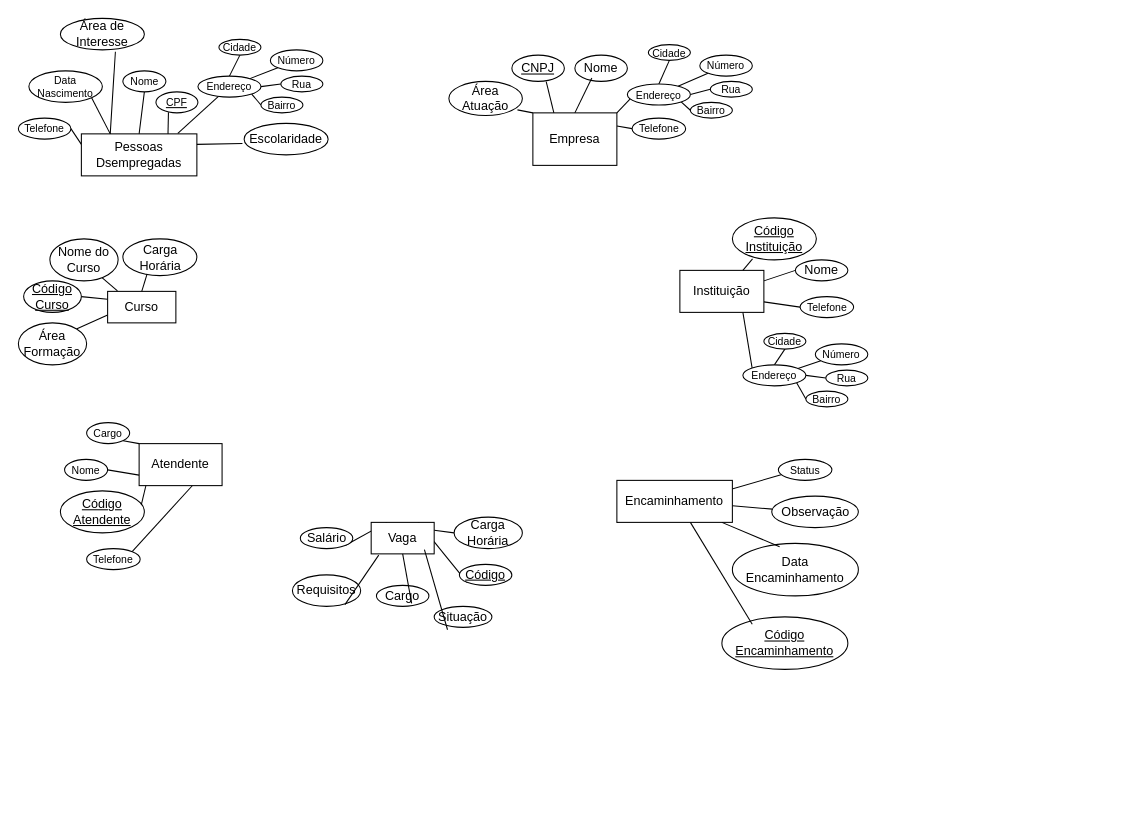
Before: Trabalho Banco de Dados (Gestão Desempregados).drawio in MMaffi/Trabalho_Pratico_Banco_Dados_UFMS, a draw.io diagram. Source tidied: cells renumbered, new cells numbered last; positions are measured from the earlier drawing's top-left corner, leaving out a move shared by most shapes. Both pictures are drawn from the tidied source at 105%, with x=0, y=0 at pixel (18, 18).
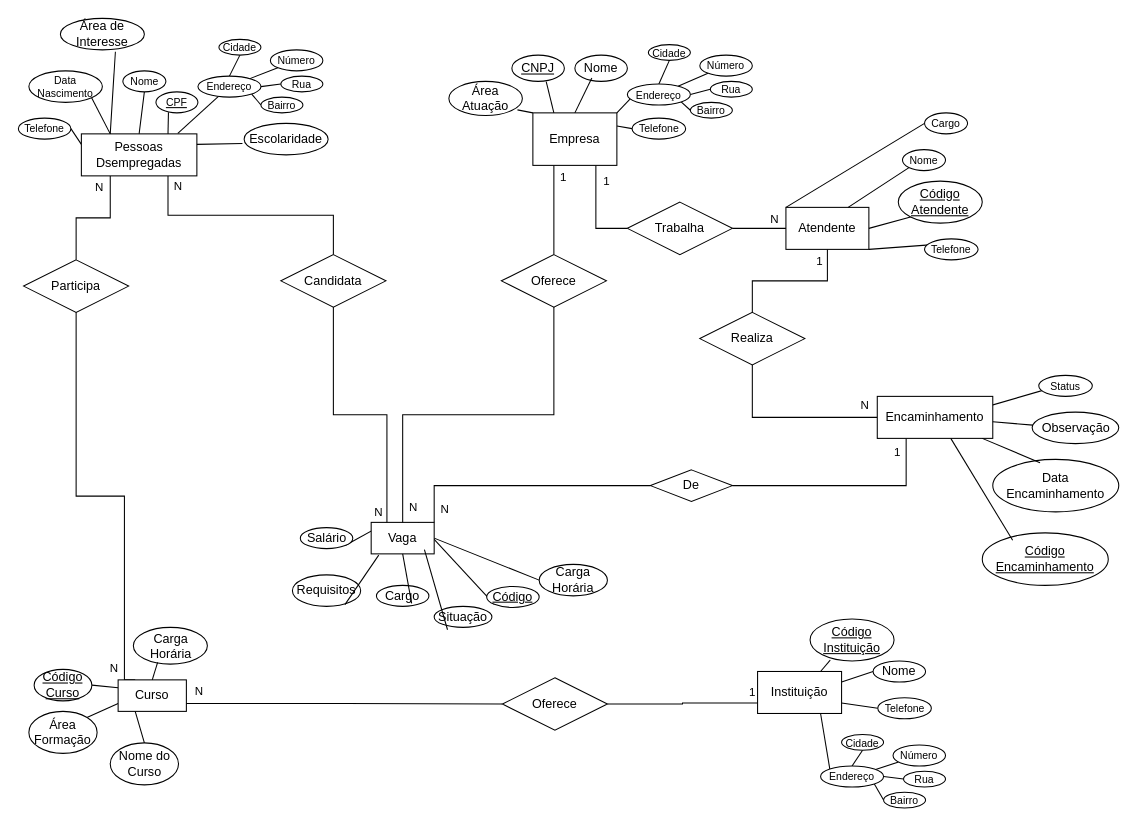
After the change.

Unchanged cells that the change refers to:
```xml
<mxCell id="6" value="Pessoas&lt;div&gt;Dsempregadas&lt;/div&gt;" style="rounded=0;whiteSpace=wrap;html=1;" parent="1" vertex="1">
  <mxGeometry x="60" y="110" width="110" height="40" as="geometry" />
</mxCell>
<mxCell id="26" value="Empresa" style="rounded=0;whiteSpace=wrap;html=1;" parent="1" vertex="1">
  <mxGeometry x="490" y="90" width="80" height="50" as="geometry" />
</mxCell>
<mxCell id="47" value="Vaga" style="rounded=0;whiteSpace=wrap;html=1;" parent="1" vertex="1">
  <mxGeometry x="336" y="480" width="60" height="30" as="geometry" />
</mxCell>
```

Diff of the diagram source:
```diff
@@
+    <mxCell id="101" style="edgeStyle=orthogonalEdgeStyle;rounded=0;jettySize=auto;html=1;exitX=0.75;exitY=1;exitDx=0;exitDy=0;entryX=0.5;entryY=0;entryDx=0;entryDy=0;endArrow=none;endFill=0;" parent="1" edge="1" source="6" target="126">
+      <mxGeometry relative="1" as="geometry" />
+    </mxCell>
+    <mxCell id="102" value="N" style="edgeLabel;html=1;align=center;verticalAlign=middle;" parent="101" vertex="1">
+      <mxGeometry x="-0.93" relative="1" as="geometry">
+        <mxPoint x="9" y="1" as="offset" />
+      </mxGeometry>
+    </mxCell>
+    <mxCell id="103" style="edgeStyle=orthogonalEdgeStyle;rounded=0;jettySize=auto;html=1;exitX=0.25;exitY=1;exitDx=0;exitDy=0;entryX=0.5;entryY=0;entryDx=0;entryDy=0;endArrow=none;endFill=0;" parent="1" edge="1" source="6" target="130">
+      <mxGeometry relative="1" as="geometry" />
+    </mxCell>
+    <mxCell id="104" value="N" style="edgeLabel;html=1;align=center;verticalAlign=middle;" parent="103" vertex="1">
+      <mxGeometry x="-0.82" relative="1" as="geometry">
+        <mxPoint x="-11" as="offset" />
+      </mxGeometry>
+    </mxCell>
@@
+    <mxCell id="105" style="edgeStyle=orthogonalEdgeStyle;rounded=0;jettySize=auto;html=1;exitX=0.25;exitY=1;exitDx=0;exitDy=0;entryX=0.5;entryY=0;entryDx=0;entryDy=0;endArrow=none;endFill=0;" parent="1" edge="1" source="26" target="125">
+      <mxGeometry relative="1" as="geometry" />
+    </mxCell>
+    <mxCell id="106" value="1" style="edgeLabel;html=1;align=center;verticalAlign=middle;" parent="105" vertex="1">
+      <mxGeometry x="-0.76" y="1" relative="1" as="geometry">
+        <mxPoint x="7" as="offset" />
+      </mxGeometry>
+    </mxCell>
+    <mxCell id="107" style="edgeStyle=orthogonalEdgeStyle;rounded=0;jettySize=auto;html=1;exitX=0.75;exitY=1;exitDx=0;exitDy=0;entryX=0;entryY=0.5;entryDx=0;entryDy=0;endArrow=none;endFill=0;" parent="1" edge="1" source="26" target="134">
+      <mxGeometry relative="1" as="geometry" />
+    </mxCell>
+    <mxCell id="108" value="1" style="edgeLabel;html=1;align=center;verticalAlign=middle;" parent="107" vertex="1">
+      <mxGeometry x="-0.64" y="2" relative="1" as="geometry">
+        <mxPoint x="7" y="-2" as="offset" />
+      </mxGeometry>
+    </mxCell>
@@
-    <mxCell id="46" style="edgeStyle=none;rounded=0;jettySize=auto;html=1;exitX=1;exitY=0.25;exitDx=0;exitDy=0;entryX=0;entryY=0.5;entryDx=0;entryDy=0;endArrow=none;endFill=0;" parent="1" edge="1" source="47" target="56">
+    <mxCell id="46" style="edgeStyle=none;rounded=0;jettySize=auto;html=1;exitX=1;exitY=0.5;exitDx=0;exitDy=0;entryX=0;entryY=0.5;entryDx=0;entryDy=0;endArrow=none;endFill=0;" parent="1" edge="1" source="47" target="56">
       <mxGeometry relative="1" as="geometry" />
     </mxCell>
+    <mxCell id="109" style="edgeStyle=orthogonalEdgeStyle;rounded=0;jettySize=auto;html=1;exitX=0.25;exitY=0;exitDx=0;exitDy=0;entryX=0.5;entryY=1;entryDx=0;entryDy=0;endArrow=none;endFill=0;" parent="1" edge="1" source="47" target="126">
+      <mxGeometry relative="1" as="geometry" />
+    </mxCell>
+    <mxCell id="110" value="N" style="edgeLabel;html=1;align=center;verticalAlign=middle;" parent="109" vertex="1">
+      <mxGeometry x="-0.92" relative="1" as="geometry">
+        <mxPoint x="-9" y="-1" as="offset" />
+      </mxGeometry>
+    </mxCell>
+    <mxCell id="111" style="edgeStyle=orthogonalEdgeStyle;rounded=0;jettySize=auto;html=1;exitX=1;exitY=0;exitDx=0;exitDy=0;entryX=0;entryY=0.5;entryDx=0;entryDy=0;endArrow=none;endFill=0;" parent="1" edge="1" source="47" target="135">
+      <mxGeometry relative="1" as="geometry" />
+    </mxCell>
+    <mxCell id="112" value="N" style="edgeLabel;html=1;align=center;verticalAlign=middle;" parent="111" vertex="1">
+      <mxGeometry x="-0.87" y="-3" relative="1" as="geometry">
+        <mxPoint x="6" y="3" as="offset" />
+      </mxGeometry>
+    </mxCell>
@@
     <mxCell id="48" value="&lt;u&gt;Código&lt;/u&gt;" style="ellipse;whiteSpace=wrap;html=1;" parent="1" vertex="1">
-      <mxGeometry x="420" y="520" width="50" height="20" as="geometry" />
+      <mxGeometry x="446" y="541" width="50" height="20" as="geometry" />
     </mxCell>
@@
     <mxCell id="56" value="Carga Horária" style="ellipse;whiteSpace=wrap;html=1;" parent="1" vertex="1">
-      <mxGeometry x="415" y="475" width="65" height="30" as="geometry" />
+      <mxGeometry x="496" y="520" width="65" height="30" as="geometry" />
     </mxCell>
@@
+    <mxCell id="113" style="edgeStyle=orthogonalEdgeStyle;rounded=0;jettySize=auto;html=1;exitX=0.25;exitY=0;exitDx=0;exitDy=0;entryX=0.5;entryY=1;entryDx=0;entryDy=0;endArrow=none;endFill=0;" parent="1" edge="1" source="59" target="130">
+      <mxGeometry relative="1" as="geometry">
+        <Array as="points">
+          <mxPoint x="101" y="630" />
+          <mxPoint x="101" y="455" />
+          <mxPoint x="55" y="455" />
+        </Array>
+      </mxGeometry>
+    </mxCell>
+    <mxCell id="114" value="N" style="edgeLabel;html=1;align=center;verticalAlign=middle;" parent="113" vertex="1">
+      <mxGeometry x="-0.88" y="-2" relative="1" as="geometry">
+        <mxPoint x="-13" y="2" as="offset" />
+      </mxGeometry>
+    </mxCell>
     <mxCell id="59" value="Curso" style="rounded=0;whiteSpace=wrap;html=1;" parent="1" vertex="1">
-      <mxGeometry x="85" y="260" width="65" height="30" as="geometry" />
+      <mxGeometry x="95" y="630" width="65" height="30" as="geometry" />
     </mxCell>
     <mxCell id="60" value="Nome do Curso" style="ellipse;whiteSpace=wrap;html=1;" parent="1" vertex="1">
-      <mxGeometry x="30" y="210" width="65" height="40" as="geometry" />
+      <mxGeometry x="87.5" y="690" width="65" height="40" as="geometry" />
     </mxCell>
-    <mxCell id="61" style="edgeStyle=none;rounded=0;jettySize=auto;html=1;exitX=0.144;exitY=-0.017;exitDx=0;exitDy=0;entryX=0.768;entryY=0.927;entryDx=0;entryDy=0;entryPerimeter=0;endArrow=none;endFill=0;exitPerimeter=0;" parent="1" edge="1" source="59" target="60">
+    <mxCell id="61" style="edgeStyle=none;rounded=0;jettySize=auto;html=1;exitX=0.25;exitY=1;exitDx=0;exitDy=0;entryX=0.5;entryY=0;entryDx=0;entryDy=0;endArrow=none;endFill=0;" parent="1" edge="1" source="59" target="60">
       <mxGeometry relative="1" as="geometry" />
     </mxCell>
     <mxCell id="62" value="&lt;u&gt;Código Curso&lt;/u&gt;" style="ellipse;whiteSpace=wrap;html=1;" parent="1" vertex="1">
-      <mxGeometry x="5" y="250" width="55" height="30" as="geometry" />
+      <mxGeometry x="15" y="620" width="55" height="30" as="geometry" />
     </mxCell>
     <mxCell id="63" value="Carga Horária" style="ellipse;whiteSpace=wrap;html=1;" parent="1" vertex="1">
-      <mxGeometry x="99.5" y="210" width="70.5" height="35" as="geometry" />
+      <mxGeometry x="109.5" y="580" width="70.5" height="35" as="geometry" />
     </mxCell>
@@
     <mxCell id="65" value="Área Formação" style="ellipse;whiteSpace=wrap;html=1;" parent="1" vertex="1">
-      <mxGeometry y="290" width="65" height="40" as="geometry" />
+      <mxGeometry x="10" y="660" width="65" height="40" as="geometry" />
     </mxCell>
@@
+    <mxCell id="115" style="edgeStyle=orthogonalEdgeStyle;rounded=0;jettySize=auto;html=1;exitX=0;exitY=0.75;exitDx=0;exitDy=0;entryX=1;entryY=0.5;entryDx=0;entryDy=0;endArrow=none;endFill=0;" parent="1" edge="1" source="69" target="127">
+      <mxGeometry relative="1" as="geometry" />
+    </mxCell>
+    <mxCell id="116" value="1" style="edgeLabel;html=1;align=center;verticalAlign=middle;" parent="115" vertex="1">
+      <mxGeometry x="-0.88" y="-1" relative="1" as="geometry">
+        <mxPoint x="3" y="-10" as="offset" />
+      </mxGeometry>
+    </mxCell>
     <mxCell id="69" value="Instituição" style="rounded=0;whiteSpace=wrap;html=1;" parent="1" vertex="1">
-      <mxGeometry x="630" y="240" width="80" height="40" as="geometry" />
+      <mxGeometry x="704" y="622" width="80" height="40" as="geometry" />
     </mxCell>
     <mxCell id="70" value="&lt;u&gt;Código Instituição&lt;/u&gt;" style="ellipse;whiteSpace=wrap;html=1;" parent="1" vertex="1">
-      <mxGeometry x="680" y="190" width="80" height="40" as="geometry" />
+      <mxGeometry x="754" y="572" width="80" height="40" as="geometry" />
     </mxCell>
@@
     <mxCell id="72" value="Nome" style="ellipse;whiteSpace=wrap;html=1;" parent="1" vertex="1">
-      <mxGeometry x="740" y="230" width="50" height="20" as="geometry" />
+      <mxGeometry x="814" y="612" width="50" height="20" as="geometry" />
     </mxCell>
@@
     <mxCell id="77" value="Endereço" style="ellipse;whiteSpace=wrap;html=1;rounded=0;fontSize=10;" parent="1" vertex="1">
-      <mxGeometry x="690" y="330" width="60" height="20" as="geometry" />
+      <mxGeometry x="764" y="712" width="60" height="20" as="geometry" />
     </mxCell>
     <mxCell id="78" value="Número" style="ellipse;whiteSpace=wrap;html=1;fontSize=10;rounded=0;" parent="1" vertex="1">
-      <mxGeometry x="759" y="310" width="50" height="20" as="geometry" />
+      <mxGeometry x="833" y="692" width="50" height="20" as="geometry" />
     </mxCell>
     <mxCell id="79" value="Rua" style="ellipse;whiteSpace=wrap;html=1;fontSize=10;rounded=0;" parent="1" vertex="1">
-      <mxGeometry x="769" y="335" width="40" height="15" as="geometry" />
+      <mxGeometry x="843" y="717" width="40" height="15" as="geometry" />
     </mxCell>
     <mxCell id="80" value="Bairro" style="ellipse;whiteSpace=wrap;html=1;fontSize=10;rounded=0;" parent="1" vertex="1">
-      <mxGeometry x="750" y="355" width="40" height="15" as="geometry" />
+      <mxGeometry x="824" y="737" width="40" height="15" as="geometry" />
     </mxCell>
     <mxCell id="81" value="Cidade" style="ellipse;whiteSpace=wrap;html=1;fontSize=10;rounded=0;" parent="1" vertex="1">
-      <mxGeometry x="710" y="300" width="40" height="15" as="geometry" />
+      <mxGeometry x="784" y="682" width="40" height="15" as="geometry" />
     </mxCell>
     <mxCell id="82" value="Telefone" style="ellipse;whiteSpace=wrap;html=1;rounded=0;fontSize=10;" parent="1" vertex="1">
-      <mxGeometry x="744.5" y="265" width="51" height="20" as="geometry" />
+      <mxGeometry x="818.5" y="647" width="51" height="20" as="geometry" />
     </mxCell>
-    <mxCell id="83" style="edgeStyle=none;rounded=0;jettySize=auto;html=1;exitX=0;exitY=0;exitDx=0;exitDy=0;entryX=1;entryY=1;entryDx=0;entryDy=0;endArrow=none;endFill=0;" parent="1" edge="1" source="85" target="90">
+    <mxCell id="83" style="edgeStyle=none;rounded=0;jettySize=auto;html=1;exitX=0;exitY=0;exitDx=0;exitDy=0;entryX=0;entryY=0.5;entryDx=0;entryDy=0;endArrow=none;endFill=0;" parent="1" edge="1" source="85" target="90">
       <mxGeometry relative="1" as="geometry" />
     </mxCell>
-    <mxCell id="84" style="edgeStyle=none;rounded=0;jettySize=auto;html=1;entryX=1;entryY=0;entryDx=0;entryDy=0;endArrow=none;endFill=0;exitX=0.643;exitY=0.997;exitDx=0;exitDy=0;exitPerimeter=0;" parent="1" edge="1" source="85" target="91">
+    <mxCell id="84" style="edgeStyle=none;rounded=0;jettySize=auto;html=1;entryX=1;entryY=0;entryDx=0;entryDy=0;endArrow=none;endFill=0;exitX=1;exitY=1;exitDx=0;exitDy=0;" parent="1" edge="1" source="85" target="91">
       <mxGeometry relative="1" as="geometry" />
     </mxCell>
+    <mxCell id="117" style="edgeStyle=orthogonalEdgeStyle;rounded=0;jettySize=auto;html=1;exitX=0.5;exitY=1;exitDx=0;exitDy=0;entryX=0.5;entryY=0;entryDx=0;entryDy=0;endArrow=none;endFill=0;" parent="1" edge="1" source="85" target="131">
+      <mxGeometry relative="1" as="geometry">
+        <Array as="points">
+          <mxPoint x="771" y="250" />
+          <mxPoint x="699" y="250" />
+        </Array>
+      </mxGeometry>
+    </mxCell>
+    <mxCell id="118" value="1" style="edgeLabel;html=1;align=center;verticalAlign=middle;" parent="117" vertex="1">
+      <mxGeometry x="-0.76" relative="1" as="geometry">
+        <mxPoint x="-8" y="-6" as="offset" />
+      </mxGeometry>
+    </mxCell>
     <mxCell id="85" value="Atendente" style="rounded=0;whiteSpace=wrap;html=1;" parent="1" vertex="1">
-      <mxGeometry x="115" y="405" width="79" height="40" as="geometry" />
+      <mxGeometry x="731" y="180" width="79" height="40" as="geometry" />
     </mxCell>
     <mxCell id="86" value="&lt;u&gt;Código Atendente&lt;/u&gt;" style="ellipse;whiteSpace=wrap;html=1;" parent="1" vertex="1">
-      <mxGeometry x="40" y="450" width="80" height="40" as="geometry" />
+      <mxGeometry x="838" y="155" width="80" height="40" as="geometry" />
     </mxCell>
-    <mxCell id="87" style="edgeStyle=none;rounded=0;jettySize=auto;html=1;exitX=0.082;exitY=0.997;exitDx=0;exitDy=0;entryX=0.964;entryY=0.328;entryDx=0;entryDy=0;entryPerimeter=0;endArrow=none;endFill=0;exitPerimeter=0;" parent="1" edge="1" source="85" target="86">
+    <mxCell id="87" style="edgeStyle=none;rounded=0;jettySize=auto;html=1;exitX=1;exitY=0.5;exitDx=0;exitDy=0;entryX=0;entryY=1;entryDx=0;entryDy=0;endArrow=none;endFill=0;" parent="1" edge="1" source="85" target="86">
       <mxGeometry relative="1" as="geometry" />
     </mxCell>
     <mxCell id="88" value="Nome" style="ellipse;whiteSpace=wrap;html=1;fontSize=10;" parent="1" vertex="1">
-      <mxGeometry x="44" y="420" width="41" height="20" as="geometry" />
+      <mxGeometry x="842" y="125" width="41" height="20" as="geometry" />
     </mxCell>
-    <mxCell id="89" style="edgeStyle=none;rounded=0;jettySize=auto;html=1;exitX=0;exitY=0.75;exitDx=0;exitDy=0;entryX=1;entryY=0.5;entryDx=0;entryDy=0;endArrow=none;endFill=0;" parent="1" edge="1" source="85" target="88">
+    <mxCell id="89" style="edgeStyle=none;rounded=0;jettySize=auto;html=1;exitX=0.75;exitY=0;exitDx=0;exitDy=0;entryX=0;entryY=1;entryDx=0;entryDy=0;endArrow=none;endFill=0;" parent="1" edge="1" source="85" target="88">
       <mxGeometry relative="1" as="geometry" />
     </mxCell>
     <mxCell id="90" value="Cargo" style="ellipse;whiteSpace=wrap;html=1;fontSize=10;" parent="1" vertex="1">
-      <mxGeometry x="65" y="385" width="41" height="20" as="geometry" />
+      <mxGeometry x="863" y="90" width="41" height="20" as="geometry" />
     </mxCell>
     <mxCell id="91" value="Telefone" style="ellipse;whiteSpace=wrap;html=1;rounded=0;fontSize=10;" parent="1" vertex="1">
-      <mxGeometry x="65" y="505" width="51" height="20" as="geometry" />
+      <mxGeometry x="863" y="210" width="51" height="20" as="geometry" />
     </mxCell>
@@
+    <mxCell id="119" style="edgeStyle=orthogonalEdgeStyle;rounded=0;jettySize=auto;html=1;exitX=0;exitY=0.5;exitDx=0;exitDy=0;entryX=0.5;entryY=1;entryDx=0;entryDy=0;endArrow=none;endFill=0;" parent="1" edge="1" source="93" target="131">
+      <mxGeometry relative="1" as="geometry" />
+    </mxCell>
+    <mxCell id="120" value="N" style="edgeLabel;html=1;align=center;verticalAlign=middle;" parent="119" vertex="1">
+      <mxGeometry x="-0.85" y="1" relative="1" as="geometry">
+        <mxPoint y="-13" as="offset" />
+      </mxGeometry>
+    </mxCell>
+    <mxCell id="121" style="edgeStyle=orthogonalEdgeStyle;rounded=0;jettySize=auto;html=1;exitX=0.25;exitY=1;exitDx=0;exitDy=0;entryX=1;entryY=0.5;entryDx=0;entryDy=0;endArrow=none;endFill=0;" parent="1" edge="1" source="93" target="135">
+      <mxGeometry relative="1" as="geometry" />
+    </mxCell>
+    <mxCell id="122" value="1" style="edgeLabel;html=1;align=center;verticalAlign=middle;" parent="121" vertex="1">
+      <mxGeometry x="-0.88" y="3" relative="1" as="geometry">
+        <mxPoint x="-12" y="-1" as="offset" />
+      </mxGeometry>
+    </mxCell>
     <mxCell id="93" value="Encaminhamento" style="rounded=0;whiteSpace=wrap;html=1;" parent="1" vertex="1">
-      <mxGeometry x="570" y="440" width="110" height="40" as="geometry" />
+      <mxGeometry x="818" y="360" width="110" height="40" as="geometry" />
     </mxCell>
     <mxCell id="94" value="&lt;u&gt;Código Encaminhamento&lt;/u&gt;" style="ellipse;whiteSpace=wrap;html=1;" parent="1" vertex="1">
-      <mxGeometry x="670" y="570" width="120" height="50" as="geometry" />
+      <mxGeometry x="918" y="490" width="120" height="50" as="geometry" />
     </mxCell>
     <mxCell id="95" style="edgeStyle=none;rounded=0;jettySize=auto;html=1;entryX=0.241;entryY=0.141;entryDx=0;entryDy=0;entryPerimeter=0;endArrow=none;endFill=0;" parent="1" edge="1" target="94">
       <mxGeometry relative="1" as="geometry">
-        <mxPoint x="640" y="480" as="sourcePoint" />
+        <mxPoint x="888" y="400" as="sourcePoint" />
       </mxGeometry>
     </mxCell>
     <mxCell id="96" value="Data Encaminhamento" style="ellipse;whiteSpace=wrap;html=1;" parent="1" vertex="1">
-      <mxGeometry x="680" y="500" width="120" height="50" as="geometry" />
+      <mxGeometry x="928" y="420" width="120" height="50" as="geometry" />
     </mxCell>
     <mxCell id="97" style="edgeStyle=none;rounded=0;jettySize=auto;html=1;entryX=0.375;entryY=0.063;entryDx=0;entryDy=0;entryPerimeter=0;endArrow=none;endFill=0;" parent="1" edge="1" target="96">
       <mxGeometry relative="1" as="geometry">
-        <mxPoint x="670" y="480" as="sourcePoint" />
+        <mxPoint x="918" y="400" as="sourcePoint" />
       </mxGeometry>
     </mxCell>
     <mxCell id="98" value="Status" style="ellipse;whiteSpace=wrap;html=1;rounded=0;fontSize=10;" parent="1" vertex="1">
-      <mxGeometry x="723.8" y="420" width="51" height="20" as="geometry" />
+      <mxGeometry x="971.8" y="340" width="51" height="20" as="geometry" />
     </mxCell>
@@
     <mxCell id="100" value="Observação" style="ellipse;whiteSpace=wrap;html=1;" parent="1" vertex="1">
-      <mxGeometry x="717.5" y="455" width="82.5" height="30" as="geometry" />
+      <mxGeometry x="965.5" y="375" width="82.5" height="30" as="geometry" />
     </mxCell>
+    <mxCell id="123" style="edgeStyle=orthogonalEdgeStyle;rounded=0;jettySize=auto;html=1;exitX=0.5;exitY=1;exitDx=0;exitDy=0;endArrow=none;endFill=0;" parent="1" edge="1" source="125" target="47">
+      <mxGeometry relative="1" as="geometry" />
+    </mxCell>
+    <mxCell id="124" value="N" style="edgeLabel;html=1;align=center;verticalAlign=middle;" parent="123" vertex="1">
+      <mxGeometry x="0.92" relative="1" as="geometry">
+        <mxPoint x="9" y="-1" as="offset" />
+      </mxGeometry>
+    </mxCell>
+    <mxCell id="125" value="Oferece" style="rhombus;whiteSpace=wrap;html=1;" parent="1" vertex="1">
+      <mxGeometry x="460" y="225" width="100" height="50" as="geometry" />
+    </mxCell>
+    <mxCell id="126" value="Candidata" style="rhombus;whiteSpace=wrap;html=1;" parent="1" vertex="1">
+      <mxGeometry x="250" y="225" width="100" height="50" as="geometry" />
+    </mxCell>
+    <mxCell id="127" value="Oferece" style="rhombus;whiteSpace=wrap;html=1;" parent="1" vertex="1">
+      <mxGeometry x="461" y="628" width="100" height="50" as="geometry" />
+    </mxCell>
+    <mxCell id="128" style="edgeStyle=orthogonalEdgeStyle;rounded=0;jettySize=auto;html=1;exitX=1;exitY=0.75;exitDx=0;exitDy=0;entryX=0;entryY=0.5;entryDx=0;entryDy=0;endArrow=none;endFill=0;" parent="1" edge="1" source="59" target="127">
+      <mxGeometry relative="1" as="geometry" />
+    </mxCell>
+    <mxCell id="129" value="N" style="edgeLabel;html=1;align=center;verticalAlign=middle;" parent="128" vertex="1">
+      <mxGeometry x="-0.93" y="1" relative="1" as="geometry">
+        <mxPoint y="-11" as="offset" />
+      </mxGeometry>
+    </mxCell>
+    <mxCell id="130" value="Participa" style="rhombus;whiteSpace=wrap;html=1;" parent="1" vertex="1">
+      <mxGeometry x="5" y="230" width="100" height="50" as="geometry" />
+    </mxCell>
+    <mxCell id="131" value="Realiza" style="rhombus;whiteSpace=wrap;html=1;" parent="1" vertex="1">
+      <mxGeometry x="649" y="280" width="100" height="50" as="geometry" />
+    </mxCell>
+    <mxCell id="132" style="edgeStyle=orthogonalEdgeStyle;rounded=0;jettySize=auto;html=1;exitX=1;exitY=0.5;exitDx=0;exitDy=0;entryX=0;entryY=0.5;entryDx=0;entryDy=0;endArrow=none;endFill=0;" parent="1" edge="1" source="134" target="85">
+      <mxGeometry relative="1" as="geometry" />
+    </mxCell>
+    <mxCell id="133" value="N" style="edgeLabel;html=1;align=center;verticalAlign=middle;" parent="132" vertex="1">
+      <mxGeometry x="0.73" relative="1" as="geometry">
+        <mxPoint x="-5" y="-10" as="offset" />
+      </mxGeometry>
+    </mxCell>
+    <mxCell id="134" value="Trabalha" style="rhombus;whiteSpace=wrap;html=1;" parent="1" vertex="1">
+      <mxGeometry x="580" y="175" width="100" height="50" as="geometry" />
+    </mxCell>
+    <mxCell id="135" value="De" style="rhombus;whiteSpace=wrap;html=1;" parent="1" vertex="1">
+      <mxGeometry x="602" y="430" width="78" height="30" as="geometry" />
+    </mxCell>
```
